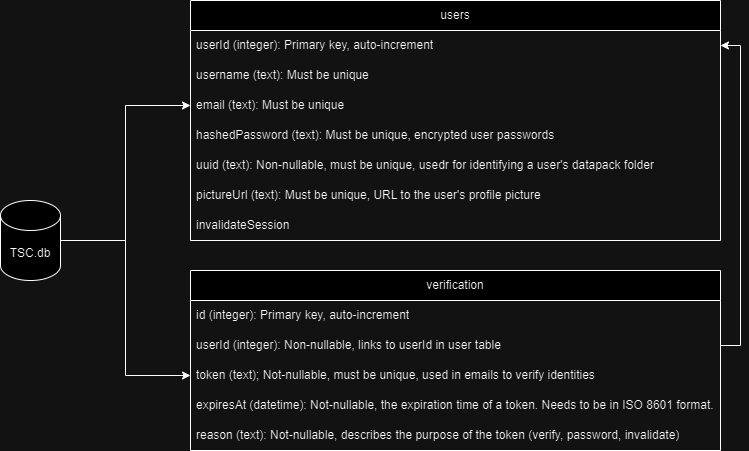
earthhistoryviz/tsconline keeps this draw.io diagram as assets/Database-Structure.drawio.png. Above is the earlier version. Source tidied: cells renumbered, new cells last; positions are measured from the earlier drawing's top-left corner, leaving out a move shared by most shapes.
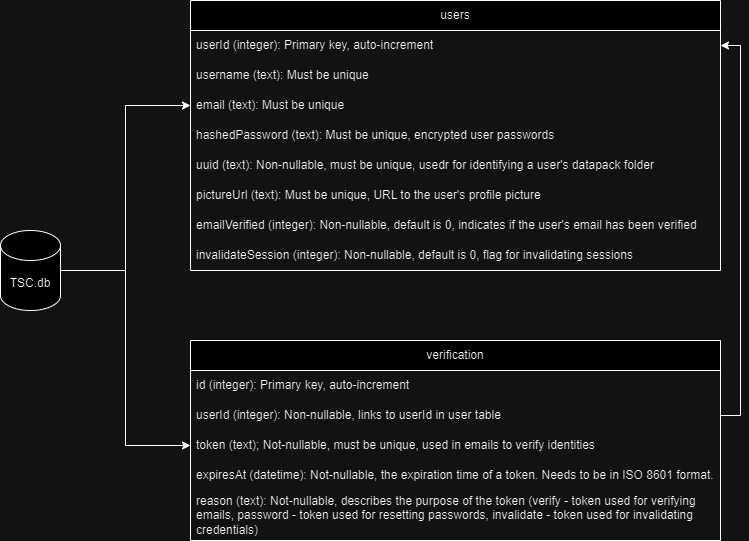
The same diagram one commit later.

Commit message:
Update login-flows and database-structures

What changed in the source:
```diff
@@ -12,7 +12,7 @@
       <mxGeometry y="200" width="60" height="80" as="geometry" />
     </mxCell>
     <mxCell id="5" value="users" style="swimlane;fontStyle=0;horizontal=1;startSize=30;whiteSpace=wrap;html=1;" parent="1" vertex="1">
-      <mxGeometry x="190" width="530" height="240" as="geometry" />
+      <mxGeometry x="190" y="-30" width="530" height="270" as="geometry" />
     </mxCell>
     <mxCell id="6" value="userId (integer): Primary key, auto-increment" style="text;strokeColor=none;fillColor=none;align=left;verticalAlign=middle;spacingLeft=4;spacingRight=4;overflow=hidden;points=[[0,0.5],[1,0.5]];portConstraint=eastwest;whiteSpace=wrap;html=1;" parent="5" vertex="1">
       <mxGeometry y="30" width="530" height="30" as="geometry" />
@@ -32,11 +32,14 @@
     <mxCell id="11" value="pictureUrl (text): Must be unique, URL to the user's profile picture" style="text;strokeColor=none;fillColor=none;align=left;verticalAlign=middle;spacingLeft=4;spacingRight=4;overflow=hidden;whiteSpace=wrap;html=1;" parent="5" vertex="1">
       <mxGeometry y="180" width="530" height="30" as="geometry" />
     </mxCell>
-    <mxCell id="12" value="invalidateSession" style="text;strokeColor=none;fillColor=none;align=left;verticalAlign=middle;spacingLeft=4;spacingRight=4;overflow=hidden;whiteSpace=wrap;html=1;" parent="5" vertex="1">
+    <mxCell id="12" value="emailVerified (integer): Non-nullable, default is 0, indicates if the user's email has been verified" style="text;strokeColor=none;fillColor=none;align=left;verticalAlign=middle;spacingLeft=4;spacingRight=4;overflow=hidden;whiteSpace=wrap;html=1;" parent="5" vertex="1">
       <mxGeometry y="210" width="530" height="30" as="geometry" />
     </mxCell>
+    <mxCell id="20" value="invalidateSession (integer): Non-nullable, default is 0, flag for invalidating sessions" style="text;strokeColor=none;fillColor=none;align=left;verticalAlign=middle;spacingLeft=4;spacingRight=4;overflow=hidden;whiteSpace=wrap;html=1;" parent="5" vertex="1">
+      <mxGeometry y="240" width="530" height="30" as="geometry" />
+    </mxCell>
     <mxCell id="13" value="verification" style="swimlane;fontStyle=0;horizontal=1;startSize=30;whiteSpace=wrap;html=1;" parent="1" vertex="1">
-      <mxGeometry x="190" y="270" width="530" height="180" as="geometry" />
+      <mxGeometry x="190" y="310" width="530" height="200" as="geometry" />
     </mxCell>
     <mxCell id="14" value="id (integer): Primary key, auto-increment" style="text;strokeColor=none;fillColor=none;align=left;verticalAlign=middle;spacingLeft=4;spacingRight=4;overflow=hidden;whiteSpace=wrap;html=1;" parent="13" vertex="1">
       <mxGeometry y="30" width="530" height="30" as="geometry" />
@@ -50,8 +53,8 @@
     <mxCell id="17" value="expiresAt (datetime): Not-nullable, the expiration time of a token. Needs to be in ISO 8601 format." style="text;strokeColor=none;fillColor=none;align=left;verticalAlign=middle;spacingLeft=4;spacingRight=4;overflow=hidden;whiteSpace=wrap;html=1;" parent="13" vertex="1">
       <mxGeometry y="120" width="530" height="30" as="geometry" />
     </mxCell>
-    <mxCell id="18" value="reason (text): Not-nullable, describes the purpose of the token (verify, password, invalidate)" style="text;strokeColor=none;fillColor=none;align=left;verticalAlign=middle;spacingLeft=4;spacingRight=4;overflow=hidden;whiteSpace=wrap;html=1;" parent="13" vertex="1">
-      <mxGeometry y="150" width="530" height="30" as="geometry" />
+    <mxCell id="18" value="reason (text): Not-nullable, describes the purpose of the token (verify - token used for verifying emails, password - token used for resetting passwords, invalidate - token used for invalidating credentials)" style="text;strokeColor=none;fillColor=none;align=left;verticalAlign=middle;spacingLeft=4;spacingRight=4;overflow=hidden;whiteSpace=wrap;html=1;" parent="13" vertex="1">
+      <mxGeometry y="150" width="530" height="50" as="geometry" />
     </mxCell>
     <mxCell id="19" style="edgeStyle=orthogonalEdgeStyle;rounded=0;jettySize=auto;html=1;exitX=1;exitY=0.5;exitDx=0;exitDy=0;entryX=1;entryY=0.5;entryDx=0;entryDy=0;" parent="1" edge="1" source="15" target="6">
       <mxGeometry relative="1" as="geometry" />
```
